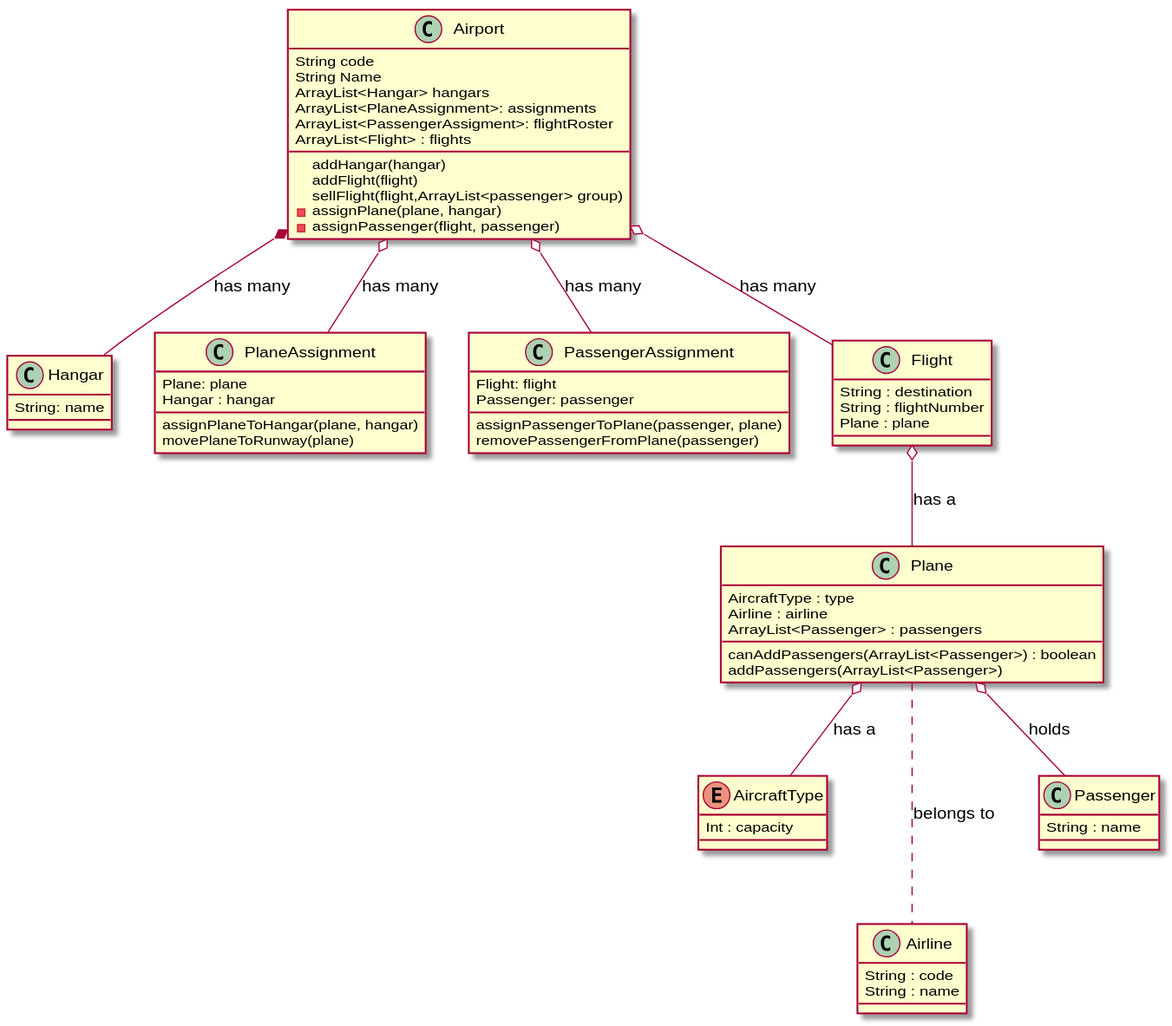
Above: design/diagram.svg in stevefaeembra/week-11-hw (PlantUML), before the change.
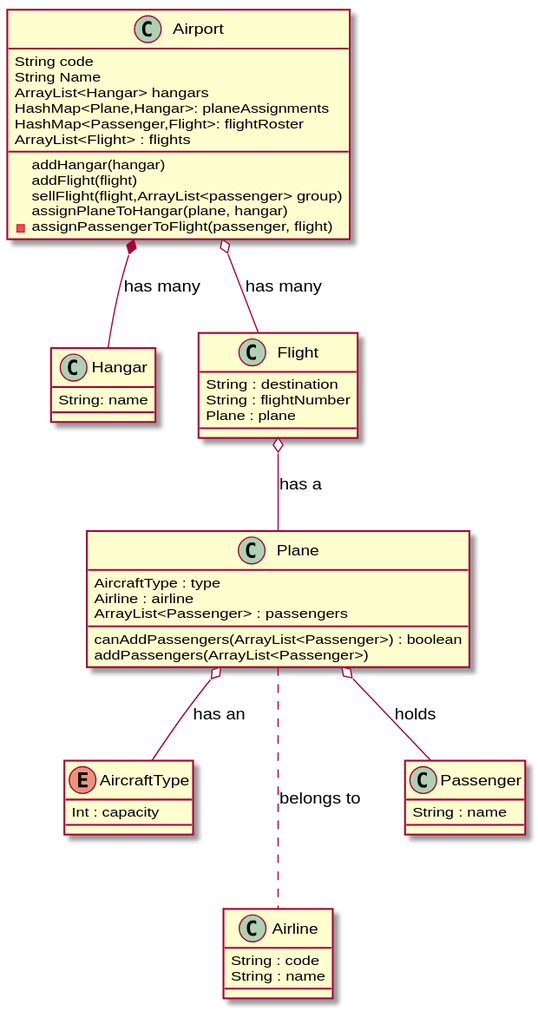
After the commit.

Commit message:
simplify design, change classes to hashmaps in the airport class

What changed in the source:
```diff
@@ -3,32 +3,18 @@
   String code
   String Name
   ArrayList<Hangar> hangars
-  ArrayList<PlaneAssignment>: assignments
-  ArrayList<PassengerAssigment>: flightRoster
+  HashMap<Plane,Hangar>: planeAssignments
+  HashMap<Passenger,Flight>: flightRoster
   ArrayList<Flight> : flights
   addHangar(hangar)
   addFlight(flight)
   sellFlight(flight,ArrayList<passenger> group)
-  - assignPlane(plane, hangar)
-  - assignPassenger(flight, passenger)
+  assignPlaneToHangar(plane, hangar)
+  -assignPassengerToFlight(passenger, flight)
 }
 
 class Hangar {
   String: name
-}
-
-class PlaneAssignment {
-  Plane: plane
-  Hangar : hangar
-  assignPlaneToHangar(plane, hangar)
-  movePlaneToRunway(plane)
-}
-
-class PassengerAssignment {
-  Flight: flight
-  Passenger: passenger
-  assignPassengerToPlane(passenger, plane)
-  removePassengerFromPlane(passenger)
 }
 
 enum AircraftType {
@@ -60,10 +46,8 @@
 
 Airport *-- Hangar : has many
 Airport o-- Flight : has many
-Airport o-- PlaneAssignment : has many
-Airport o-- PassengerAssignment : has many
 Flight o-- Plane : has a
 Plane ... Airline : belongs to
 Plane o-- Passenger : holds
-Plane o-- AircraftType : has a
+Plane o-- AircraftType : has an
 @enduml
```
